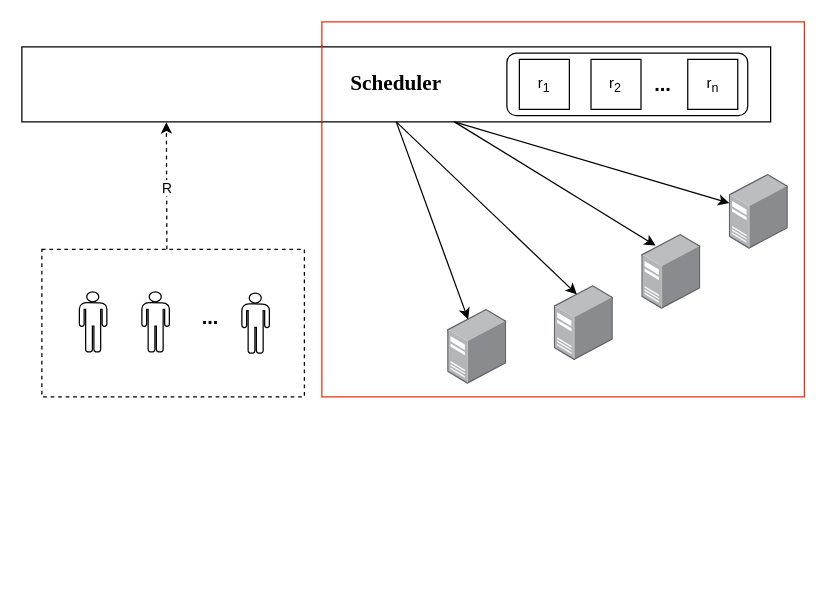
The draw.io diagram transfer_cost.drawio in DCLe-DA/Learning-DL-by-Hand, before the edit. Source tidied: cells renumbered, new cells numbered last; positions are measured from the earlier drawing's top-left corner, leaving out a move shared by most shapes. Both pictures are drawn from the tidied source at 125%, with x=0, y=0 at pixel (21, 21).
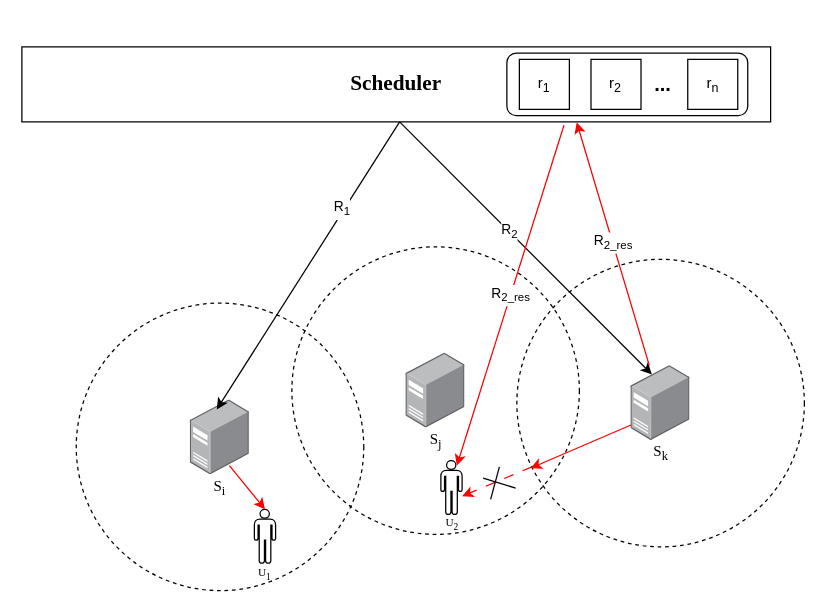
The same page after the edit.

Unchanged cells that the change refers to:
```xml
<mxCell id="3" value="&lt;font size=&quot;1&quot; face=&quot;Times New Roman&quot; style=&quot;&quot;&gt;&lt;b style=&quot;font-size: 17px;&quot;&gt;Scheduler&lt;/b&gt;&lt;/font&gt;" style="rounded=0;whiteSpace=wrap;html=1;" parent="1" vertex="1">
  <mxGeometry y="20" width="599" height="60" as="geometry" />
</mxCell>
```

The edit, as a diff of the source:
```diff
@@
-    <mxCell id="2" style="rounded=0;whiteSpace=wrap;html=1;strokeColor=#f22b07;" parent="1" vertex="1">
-      <mxGeometry x="240" width="386" height="300" as="geometry" />
-    </mxCell>
+    <mxCell id="27" style="ellipse;whiteSpace=wrap;html=1;dashed=1;fillColor=none;" parent="1" vertex="1">
+      <mxGeometry x="396" y="190" width="230" height="230" as="geometry" />
+    </mxCell>
+    <mxCell id="28" style="ellipse;whiteSpace=wrap;html=1;dashed=1;fillColor=none;" parent="1" vertex="1">
+      <mxGeometry x="216" y="180" width="230" height="230" as="geometry" />
+    </mxCell>
+    <mxCell id="29" style="ellipse;whiteSpace=wrap;html=1;dashed=1;fillColor=none;" parent="1" vertex="1">
+      <mxGeometry x="43.5" y="225" width="230" height="230" as="geometry" />
+    </mxCell>
@@
     <mxCell id="4" style="image;html=1;align=center;shadow=0;dashed=0;image=img/lib/allied_telesis/computer_and_terminals/Server_Desktop.svg;" parent="1" vertex="1">
-      <mxGeometry x="426" y="211" width="47.3" height="60" as="geometry" />
+      <mxGeometry x="307.3" y="265" width="47.3" height="60" as="geometry" />
     </mxCell>
     <mxCell id="5" style="image;points=[];html=1;align=center;shadow=0;dashed=0;image=img/lib/allied_telesis/computer_and_terminals/Server_Desktop.svg;" parent="1" vertex="1">
-      <mxGeometry x="496" y="170" width="47.3" height="60" as="geometry" />
+      <mxGeometry x="487.3" y="275" width="47.3" height="60" as="geometry" />
     </mxCell>
     <mxCell id="6" style="image;points=[];html=1;align=center;shadow=0;dashed=0;image=img/lib/allied_telesis/computer_and_terminals/Server_Desktop.svg;" parent="1" vertex="1">
-      <mxGeometry x="340.7" y="230" width="47.3" height="60" as="geometry" />
+      <mxGeometry x="134.8" y="302.5" width="47.3" height="60" as="geometry" />
     </mxCell>
-    <mxCell id="7" style="image;points=[];html=1;align=center;shadow=0;dashed=0;image=img/lib/allied_telesis/computer_and_terminals/Server_Desktop.svg;" parent="1" vertex="1">
-      <mxGeometry x="566" y="122" width="47.3" height="60" as="geometry" />
-    </mxCell>
@@
-    <mxCell id="14" style="group;" parent="1" vertex="1">
-      <mxGeometry x="16" y="182" width="210" height="118" as="geometry" />
-    </mxCell>
-    <mxCell id="15" style="rounded=0;whiteSpace=wrap;html=1;dashed=1;" parent="14" vertex="1">
-      <mxGeometry width="210" height="118" as="geometry" />
-    </mxCell>
-    <mxCell id="16" style="shape=mxgraph.signs.people.man_1;html=1;fillColor=none;strokeColor=default;verticalLabelPosition=bottom;verticalAlign=top;align=center;sketch=0;" parent="14" vertex="1">
-      <mxGeometry x="30" y="34" width="22" height="48" as="geometry" />
-    </mxCell>
-    <mxCell id="17" style="shape=mxgraph.signs.people.man_1;html=1;fillColor=none;strokeColor=default;verticalLabelPosition=bottom;verticalAlign=top;align=center;sketch=0;" parent="14" vertex="1">
-      <mxGeometry x="160" y="35" width="22" height="48" as="geometry" />
-    </mxCell>
-    <mxCell id="18" style="shape=mxgraph.signs.people.man_1;html=1;fillColor=none;strokeColor=default;verticalLabelPosition=bottom;verticalAlign=top;align=center;sketch=0;" parent="14" vertex="1">
-      <mxGeometry x="80" y="34" width="22" height="48" as="geometry" />
-    </mxCell>
-    <mxCell id="19" value="&lt;b&gt;&lt;font style=&quot;font-size: 16px;&quot;&gt;...&lt;/font&gt;&lt;/b&gt;" style="text;strokeColor=none;align=center;fillColor=none;html=1;verticalAlign=middle;whiteSpace=wrap;rounded=0;" parent="14" vertex="1">
-      <mxGeometry x="110" y="48" width="50" height="12.5" as="geometry" />
-    </mxCell>
-    <mxCell id="20" style="endArrow=classic;html=1;rounded=0;entryX=0.193;entryY=1.006;entryDx=0;entryDy=0;entryPerimeter=0;dashed=1;" parent="1" edge="1" target="3">
-      <mxGeometry relative="1" as="geometry">
-        <mxPoint x="116" y="182" as="sourcePoint" />
-      </mxGeometry>
-    </mxCell>
-    <mxCell id="21" value="R" style="edgeLabel;html=1;align=center;verticalAlign=middle;" parent="20" vertex="1">
-      <mxGeometry x="-0.02" relative="1" as="geometry" />
-    </mxCell>
-    <mxCell id="22" style="endArrow=classic;html=1;rounded=0;" parent="1" edge="1">
-      <mxGeometry relative="1" as="geometry">
-        <mxPoint x="346" y="80" as="sourcePoint" />
-        <mxPoint x="507" y="179" as="targetPoint" />
-      </mxGeometry>
-    </mxCell>
-    <mxCell id="23" style="endArrow=classic;html=1;rounded=0;" parent="1" edge="1" target="7">
-      <mxGeometry relative="1" as="geometry">
-        <mxPoint x="346" y="80" as="sourcePoint" />
-      </mxGeometry>
-    </mxCell>
-    <mxCell id="24" style="endArrow=classic;html=1;rounded=0;exitX=0.5;exitY=1;exitDx=0;exitDy=0;" parent="1" edge="1" source="3">
-      <mxGeometry relative="1" as="geometry">
-        <mxPoint x="357" y="238" as="targetPoint" />
-      </mxGeometry>
-    </mxCell>
-    <mxCell id="25" style="endArrow=classic;html=1;rounded=0;entryX=0.711;entryY=0.017;entryDx=0;entryDy=0;entryPerimeter=0;exitX=0.5;exitY=1;exitDx=0;exitDy=0;" parent="1" edge="1" source="3">
-      <mxGeometry relative="1" as="geometry">
-        <mxPoint x="444" y="218" as="targetPoint" />
-      </mxGeometry>
-    </mxCell>
-    <mxCell id="26" style="endArrow=none;html=1;rounded=0;strokeColor=#F22B07;" parent="1" edge="1">
-      <mxGeometry relative="1" as="geometry">
-        <mxPoint x="240" y="80" as="sourcePoint" />
-        <mxPoint x="240" y="18" as="targetPoint" />
-      </mxGeometry>
-    </mxCell>
+    <mxCell id="30" value="&lt;font face=&quot;Times New Roman&quot;&gt;S&lt;sub&gt;i&lt;/sub&gt;&lt;/font&gt;" style="text;strokeColor=none;align=center;fillColor=none;html=1;verticalAlign=middle;whiteSpace=wrap;rounded=0;" parent="1" vertex="1">
+      <mxGeometry x="137.2" y="362.5" width="42.5" height="20" as="geometry" />
+    </mxCell>
+    <mxCell id="31" value="&lt;font face=&quot;Times New Roman&quot;&gt;S&lt;sub&gt;j&lt;/sub&gt;&lt;/font&gt;" style="text;strokeColor=none;align=center;fillColor=none;html=1;verticalAlign=middle;whiteSpace=wrap;rounded=0;" parent="1" vertex="1">
+      <mxGeometry x="309.8" y="325" width="42.5" height="20" as="geometry" />
+    </mxCell>
+    <mxCell id="32" value="&lt;font face=&quot;Times New Roman&quot;&gt;S&lt;sub&gt;k&lt;/sub&gt;&lt;/font&gt;" style="text;strokeColor=none;align=center;fillColor=none;html=1;verticalAlign=middle;whiteSpace=wrap;rounded=0;" parent="1" vertex="1">
+      <mxGeometry x="489.8" y="335" width="42.5" height="20" as="geometry" />
+    </mxCell>
+    <mxCell id="33" style="endArrow=classic;html=1;rounded=0;entryX=0.447;entryY=0.125;entryDx=0;entryDy=0;entryPerimeter=0;" parent="1" edge="1" target="6">
+      <mxGeometry relative="1" as="geometry">
+        <mxPoint x="302.2" y="80" as="sourcePoint" />
+      </mxGeometry>
+    </mxCell>
+    <mxCell id="34" value="R&lt;sub&gt;1&lt;/sub&gt;" style="edgeLabel;html=1;align=center;verticalAlign=middle;" parent="33" vertex="1">
+      <mxGeometry x="-0.38" y="-2" relative="1" as="geometry" />
+    </mxCell>
+    <mxCell id="35" style="shape=mxgraph.signs.people.man_1;html=1;fillColor=none;strokeColor=default;verticalLabelPosition=bottom;verticalAlign=top;align=center;sketch=0;" parent="1" vertex="1">
+      <mxGeometry x="186" y="390" width="17" height="43" as="geometry" />
+    </mxCell>
+    <mxCell id="36" style="endArrow=classic;html=1;rounded=0;entryX=0.5;entryY=0;entryDx=0;entryDy=0;entryPerimeter=0;strokeColor=#fa0000;" parent="1" edge="1" target="35">
+      <mxGeometry relative="1" as="geometry">
+        <mxPoint x="166" y="355" as="sourcePoint" />
+      </mxGeometry>
+    </mxCell>
+    <mxCell id="37" value="&lt;font style=&quot;font-size: 9px;&quot; face=&quot;Times New Roman&quot;&gt;U&lt;sub&gt;1&lt;/sub&gt;&lt;/font&gt;" style="text;strokeColor=none;align=center;fillColor=none;html=1;verticalAlign=middle;whiteSpace=wrap;rounded=0;" parent="1" vertex="1">
+      <mxGeometry x="173.2" y="430" width="42.5" height="20" as="geometry" />
+    </mxCell>
+    <mxCell id="38" style="shape=mxgraph.signs.people.man_1;html=1;fillColor=none;strokeColor=default;verticalLabelPosition=bottom;verticalAlign=top;align=center;sketch=0;" parent="1" vertex="1">
+      <mxGeometry x="335.2" y="351" width="17" height="43" as="geometry" />
+    </mxCell>
+    <mxCell id="39" value="&lt;font style=&quot;font-size: 9px;&quot; face=&quot;Times New Roman&quot;&gt;U&lt;sub&gt;2&lt;/sub&gt;&lt;/font&gt;" style="text;strokeColor=none;align=center;fillColor=none;html=1;verticalAlign=middle;whiteSpace=wrap;rounded=0;" parent="1" vertex="1">
+      <mxGeometry x="322.5" y="390" width="42.5" height="20" as="geometry" />
+    </mxCell>
+    <mxCell id="40" style="endArrow=classic;html=1;rounded=0;" parent="1" edge="1">
+      <mxGeometry relative="1" as="geometry">
+        <mxPoint x="302.2" y="80" as="sourcePoint" />
+        <mxPoint x="504" y="282" as="targetPoint" />
+      </mxGeometry>
+    </mxCell>
+    <mxCell id="41" value="R&lt;sub&gt;2&lt;/sub&gt;" style="edgeLabel;html=1;align=center;verticalAlign=middle;" parent="40" vertex="1">
+      <mxGeometry x="-0.13" relative="1" as="geometry" />
+    </mxCell>
+    <mxCell id="42" style="endArrow=classic;html=1;rounded=0;strokeColor=#fa0000;" parent="1" edge="1">
+      <mxGeometry relative="1" as="geometry">
+        <mxPoint x="487.3" y="322.5" as="sourcePoint" />
+        <mxPoint x="407" y="357" as="targetPoint" />
+      </mxGeometry>
+    </mxCell>
+    <mxCell id="43" style="endArrow=classic;html=1;rounded=0;strokeColor=#fa0000;dashed=1;dashPattern=8 8;" parent="1" edge="1">
+      <mxGeometry relative="1" as="geometry">
+        <mxPoint x="408" y="356" as="sourcePoint" />
+        <mxPoint x="352.2" y="379.5" as="targetPoint" />
+      </mxGeometry>
+    </mxCell>
+    <mxCell id="44" style="endArrow=none;html=1;rounded=0;" parent="1" edge="1">
+      <mxGeometry relative="1" as="geometry">
+        <mxPoint x="375" y="382" as="sourcePoint" />
+        <mxPoint x="382" y="356" as="targetPoint" />
+      </mxGeometry>
+    </mxCell>
+    <mxCell id="45" style="endArrow=none;html=1;rounded=0;" parent="1" edge="1">
+      <mxGeometry relative="1" as="geometry">
+        <mxPoint x="369" y="365" as="sourcePoint" />
+        <mxPoint x="395" y="373" as="targetPoint" />
+      </mxGeometry>
+    </mxCell>
+    <mxCell id="46" value="R&lt;sub&gt;2_res&lt;/sub&gt;" style="endArrow=classic;html=1;rounded=0;strokeColor=#fa0000;entryX=0.741;entryY=1.007;entryDx=0;entryDy=0;entryPerimeter=0;" parent="1" edge="1" source="5" target="3">
+      <mxGeometry relative="1" as="geometry" />
+    </mxCell>
+    <mxCell id="47" value="R&lt;sub&gt;2_res&lt;/sub&gt;" style="endArrow=classic;html=1;rounded=0;strokeColor=#fa0000;exitX=0.724;exitY=1.045;exitDx=0;exitDy=0;exitPerimeter=0;" parent="1" edge="1" source="3">
+      <mxGeometry relative="1" as="geometry">
+        <mxPoint x="348" y="355" as="targetPoint" />
+      </mxGeometry>
+    </mxCell>
```
